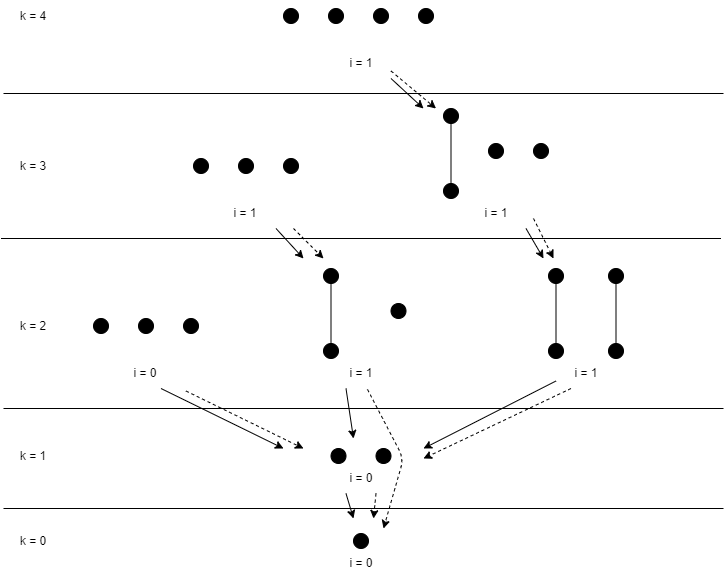
Before: tex/article/figures/backward-search-tree.png, a diagram exported from draw.io (JGDoerrer/selection_generator). Source tidied: cells renumbered, new cells last; positions are measured from the earlier drawing's top-left corner, leaving out a move shared by most shapes.
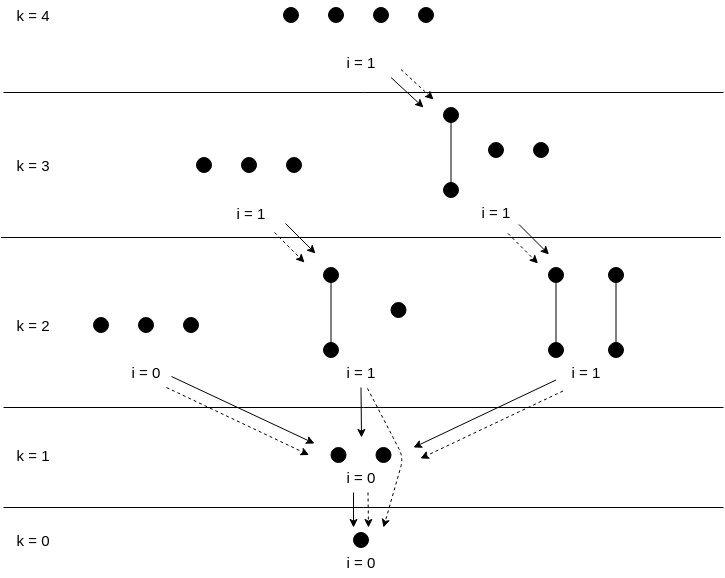
Later version of the same file.

The edit, as a diff of the source:
```diff
@@ -93,16 +93,16 @@
       <mxGeometry x="3" y="310.5" width="60" height="30" as="geometry" />
     </mxCell>
     <mxCell id="29" style="ellipse;whiteSpace=wrap;html=1;strokeColor=#000000;fillColor=#000000;" parent="1" vertex="1">
-      <mxGeometry x="193" y="158" width="15" height="15" as="geometry" />
+      <mxGeometry x="196" y="158" width="15" height="15" as="geometry" />
     </mxCell>
     <mxCell id="30" value="i = 1" style="text;html=1;align=center;verticalAlign=middle;whiteSpace=wrap;rounded=0;strokeColor=none;" parent="1" vertex="1">
-      <mxGeometry x="215.5" y="198" width="60" height="30" as="geometry" />
+      <mxGeometry x="220.5" y="199" width="60" height="30" as="geometry" />
     </mxCell>
     <mxCell id="31" style="ellipse;whiteSpace=wrap;html=1;strokeColor=#000000;fillColor=#000000;" parent="1" vertex="1">
-      <mxGeometry x="283" y="158" width="15" height="15" as="geometry" />
+      <mxGeometry x="286" y="158" width="15" height="15" as="geometry" />
     </mxCell>
     <mxCell id="32" style="ellipse;whiteSpace=wrap;html=1;strokeColor=#000000;fillColor=#000000;" parent="1" vertex="1">
-      <mxGeometry x="238" y="158" width="15" height="15" as="geometry" />
+      <mxGeometry x="241" y="158" width="15" height="15" as="geometry" />
     </mxCell>
     <mxCell id="33" style="ellipse;whiteSpace=wrap;html=1;strokeColor=#000000;fillColor=#000000;" parent="1" vertex="1">
       <mxGeometry x="443" y="183" width="15" height="15" as="geometry" />
@@ -149,44 +149,36 @@
     <mxCell id="46" style="ellipse;whiteSpace=wrap;html=1;strokeColor=#000000;fillColor=#000000;" parent="1" vertex="1">
       <mxGeometry x="418" y="8" width="15" height="15" as="geometry" />
     </mxCell>
-    <mxCell id="47" style="endArrow=classic;html=1;exitX=1;exitY=1;exitDx=0;exitDy=0;" parent="1" edge="1" source="40">
+    <mxCell id="47" style="endArrow=classic;html=1;exitX=1;exitY=1;exitDx=0;exitDy=0;startSize=3;" parent="1" edge="1" source="40">
       <mxGeometry relative="1" as="geometry">
         <mxPoint x="423" y="108" as="targetPoint" />
       </mxGeometry>
     </mxCell>
-    <mxCell id="48" style="endArrow=classic;html=1;exitX=1;exitY=1;exitDx=0;exitDy=0;" parent="1" edge="1" source="30">
+    <mxCell id="48" style="endArrow=classic;html=1;" parent="1" edge="1">
       <mxGeometry relative="1" as="geometry">
-        <mxPoint x="303" y="258" as="targetPoint" />
+        <mxPoint x="285" y="224" as="sourcePoint" />
+        <mxPoint x="315" y="254" as="targetPoint" />
       </mxGeometry>
     </mxCell>
-    <mxCell id="49" style="endArrow=classic;html=1;exitX=1;exitY=1;exitDx=0;exitDy=0;" parent="1" edge="1" source="34">
-      <mxGeometry relative="1" as="geometry">
-        <mxPoint x="543" y="258" as="targetPoint" />
-      </mxGeometry>
-    </mxCell>
-    <mxCell id="50" style="endArrow=classic;html=1;exitX=0.75;exitY=1;exitDx=0;exitDy=0;" parent="1" edge="1" source="12">
-      <mxGeometry relative="1" as="geometry">
-        <mxPoint x="283" y="448" as="targetPoint" />
-      </mxGeometry>
-    </mxCell>
-    <mxCell id="51" style="endArrow=classic;html=1;exitX=0.25;exitY=1;exitDx=0;exitDy=0;" parent="1" edge="1" source="15">
+    <mxCell id="51" style="endArrow=classic;html=1;exitX=0.5;exitY=1;exitDx=0;exitDy=0;" parent="1" edge="1" source="15">
       <mxGeometry relative="1" as="geometry">
-        <mxPoint x="353" y="438" as="targetPoint" />
+        <mxPoint x="361" y="438" as="targetPoint" />
       </mxGeometry>
     </mxCell>
     <mxCell id="52" style="endArrow=classic;html=1;exitX=0;exitY=0.75;exitDx=0;exitDy=0;" parent="1" edge="1" source="18">
       <mxGeometry relative="1" as="geometry">
-        <mxPoint x="423" y="448" as="targetPoint" />
+        <mxPoint x="413" y="448" as="targetPoint" />
       </mxGeometry>
     </mxCell>
-    <mxCell id="53" style="endArrow=classic;html=1;exitX=0.25;exitY=1;exitDx=0;exitDy=0;" parent="1" edge="1" source="5">
+    <mxCell id="53" style="endArrow=classic;html=1;exitX=0.375;exitY=1;exitDx=0;exitDy=0;exitPerimeter=0;" parent="1" edge="1" source="5">
       <mxGeometry relative="1" as="geometry">
-        <mxPoint x="353" y="518" as="targetPoint" />
+        <mxPoint x="353" y="528" as="targetPoint" />
       </mxGeometry>
     </mxCell>
-    <mxCell id="54" style="endArrow=classic;html=1;dashed=1;exitX=0.75;exitY=1;exitDx=0;exitDy=0;" parent="1" edge="1" source="5">
+    <mxCell id="54" style="endArrow=classic;html=1;dashed=1;exitX=0.75;exitY=1;exitDx=0;exitDy=0;" parent="1" edge="1">
       <mxGeometry relative="1" as="geometry">
-        <mxPoint x="373" y="518" as="targetPoint" />
+        <mxPoint x="367.5" y="493" as="sourcePoint" />
+        <mxPoint x="368" y="528" as="targetPoint" />
       </mxGeometry>
     </mxCell>
     <mxCell id="55" style="endArrow=classic;html=1;dashed=1;exitX=0.608;exitY=1.029;exitDx=0;exitDy=0;exitPerimeter=0;" parent="1" edge="1" source="15">
@@ -197,33 +189,47 @@
         </Array>
       </mxGeometry>
     </mxCell>
-    <mxCell id="56" style="endArrow=classic;html=1;dashed=1;exitX=1;exitY=0.75;exitDx=0;exitDy=0;" parent="1" edge="1">
-      <mxGeometry relative="1" as="geometry">
-        <mxPoint x="185.5" y="390.5" as="sourcePoint" />
-        <mxPoint x="303" y="448" as="targetPoint" />
-      </mxGeometry>
-    </mxCell>
-    <mxCell id="57" style="endArrow=classic;html=1;dashed=1;exitX=0.25;exitY=1;exitDx=0;exitDy=0;" parent="1" edge="1" source="18">
+    <mxCell id="57" style="endArrow=classic;html=1;dashed=1;exitX=0;exitY=0.75;exitDx=0;exitDy=0;" parent="1" edge="1">
       <mxGeometry relative="1" as="geometry">
-        <mxPoint x="423" y="458" as="targetPoint" />
+        <mxPoint x="562.5" y="391.5" as="sourcePoint" />
+        <mxPoint x="420" y="459" as="targetPoint" />
       </mxGeometry>
     </mxCell>
-    <mxCell id="58" style="endArrow=classic;html=1;dashed=1;" parent="1" edge="1">
-      <mxGeometry relative="1" as="geometry">
-        <mxPoint x="533" y="218" as="sourcePoint" />
-        <mxPoint x="553" y="258" as="targetPoint" />
-      </mxGeometry>
-    </mxCell>
     <mxCell id="59" style="endArrow=classic;html=1;dashed=1;" parent="1" edge="1">
       <mxGeometry relative="1" as="geometry">
-        <mxPoint x="293" y="228" as="sourcePoint" />
-        <mxPoint x="323" y="258" as="targetPoint" />
+        <mxPoint x="274" y="233" as="sourcePoint" />
+        <mxPoint x="304" y="263" as="targetPoint" />
       </mxGeometry>
     </mxCell>
-    <mxCell id="60" style="endArrow=classic;html=1;dashed=1;exitX=1;exitY=0.75;exitDx=0;exitDy=0;" parent="1" edge="1" source="40">
+    <mxCell id="60" style="endArrow=classic;html=1;dashed=1;exitX=1;exitY=1;exitDx=0;exitDy=0;" parent="1" edge="1">
       <mxGeometry relative="1" as="geometry">
-        <mxPoint x="435.5" y="108" as="targetPoint" />
+        <mxPoint x="400.5" y="70" as="sourcePoint" />
+        <mxPoint x="433" y="100" as="targetPoint" />
       </mxGeometry>
     </mxCell>
+    <mxCell id="61" style="endArrow=classic;html=1;" parent="1" edge="1">
+      <mxGeometry relative="1" as="geometry">
+        <mxPoint x="518.5" y="225" as="sourcePoint" />
+        <mxPoint x="548.5" y="255" as="targetPoint" />
+      </mxGeometry>
+    </mxCell>
+    <mxCell id="62" style="endArrow=classic;html=1;dashed=1;" parent="1" edge="1">
+      <mxGeometry relative="1" as="geometry">
+        <mxPoint x="507.5" y="234" as="sourcePoint" />
+        <mxPoint x="537.5" y="264" as="targetPoint" />
+      </mxGeometry>
+    </mxCell>
+    <mxCell id="63" style="endArrow=classic;html=1;exitX=0;exitY=0.75;exitDx=0;exitDy=0;" parent="1" edge="1">
+      <mxGeometry relative="1" as="geometry">
+        <mxPoint x="171" y="377" as="sourcePoint" />
+        <mxPoint x="314" y="444" as="targetPoint" />
+      </mxGeometry>
+    </mxCell>
+    <mxCell id="64" style="endArrow=classic;html=1;dashed=1;exitX=0;exitY=0.75;exitDx=0;exitDy=0;" parent="1" edge="1">
+      <mxGeometry relative="1" as="geometry">
+        <mxPoint x="166" y="388" as="sourcePoint" />
+        <mxPoint x="308.5" y="455.5" as="targetPoint" />
+      </mxGeometry>
+    </mxCell>
   </root>
 </mxGraphModel>
```
